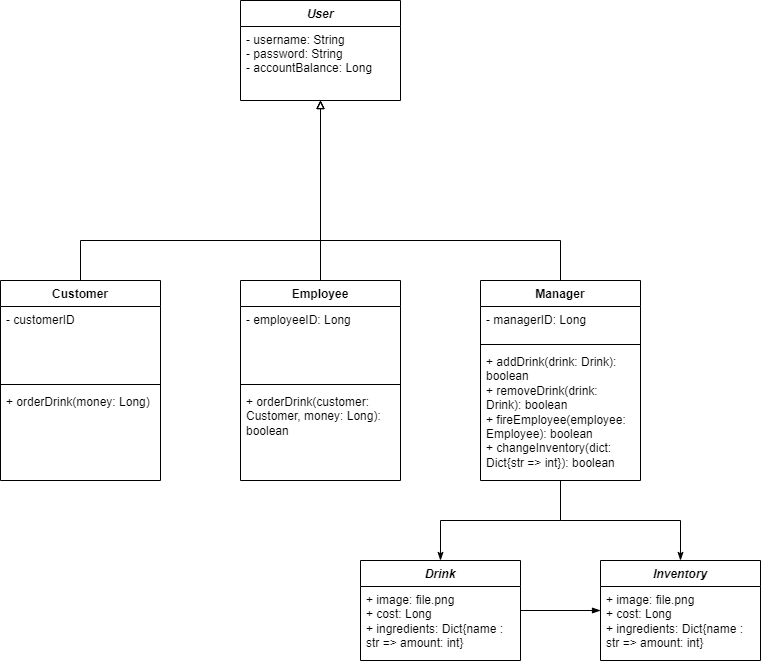
This is images/ClassDiagrams/Users.drawio.png from Zachary-Harrison/FrappuccinoShop, a draw.io export, as it was before one commit. Source tidied: cells renumbered, new cells last; positions are measured from the earlier drawing's top-left corner, leaving out a move shared by most shapes.
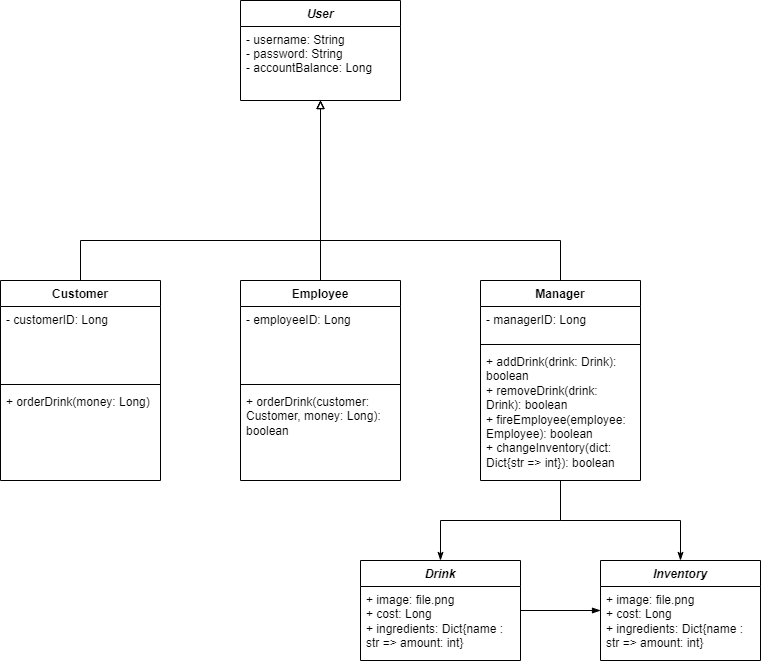
Above is the later version.

Diff of the diagram source:
```diff
@@ -13,7 +13,7 @@
     <mxCell id="3" value="Customer" style="swimlane;fontStyle=1;align=center;verticalAlign=top;horizontal=1;startSize=26;" parent="1" vertex="1">
       <mxGeometry y="280" width="160" height="200" as="geometry" />
     </mxCell>
-    <mxCell id="4" value="- customerID" style="text;strokeColor=none;fillColor=none;align=left;verticalAlign=top;spacingLeft=4;spacingRight=4;overflow=hidden;" parent="3" vertex="1">
+    <mxCell id="4" value="- customerID: Long" style="text;strokeColor=none;fillColor=none;align=left;verticalAlign=top;spacingLeft=4;spacingRight=4;overflow=hidden;" parent="3" vertex="1">
       <mxGeometry y="26" width="160" height="74" as="geometry" />
     </mxCell>
     <mxCell id="5" style="line;strokeWidth=1;fillColor=none;align=left;verticalAlign=middle;spacingTop=-1;spacingLeft=3;spacingRight=3;labelPosition=right;strokeColor=inherit;" parent="3" vertex="1">
```
